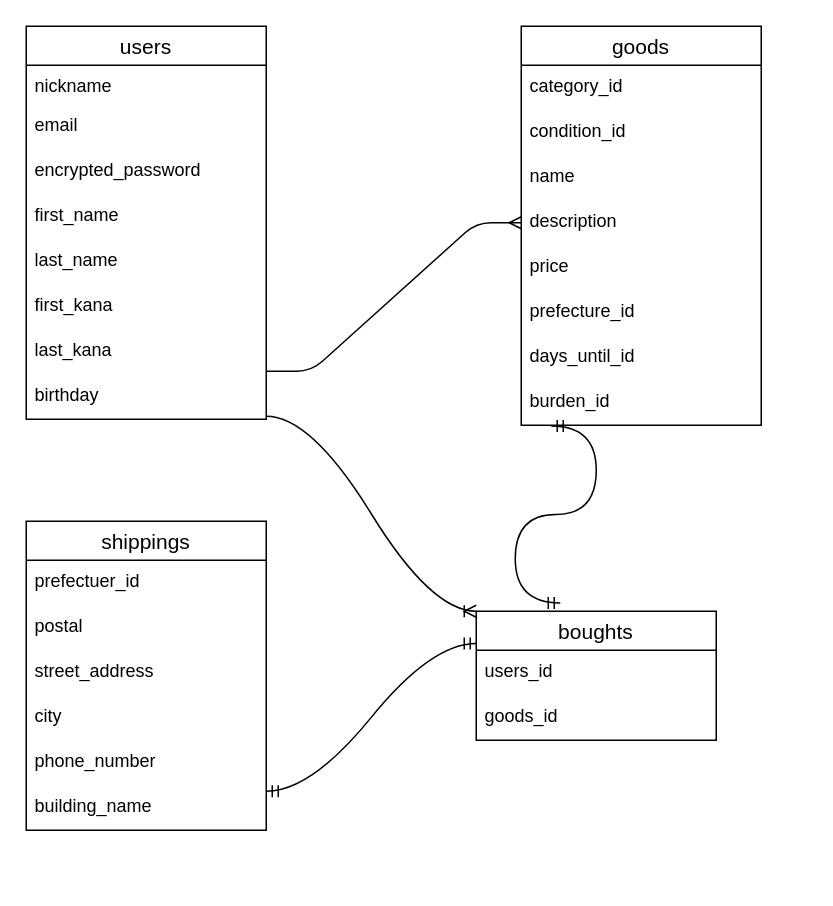
Earlier version of the draw.io diagram test.dio (mikuto17/furima-40060). Source tidied: cells renumbered, new cells numbered last; positions are measured from the earlier drawing's top-left corner, leaving out a move shared by most shapes. Both pictures are drawn from the tidied source at 150%, with x=0, y=0 at pixel (26, 26).
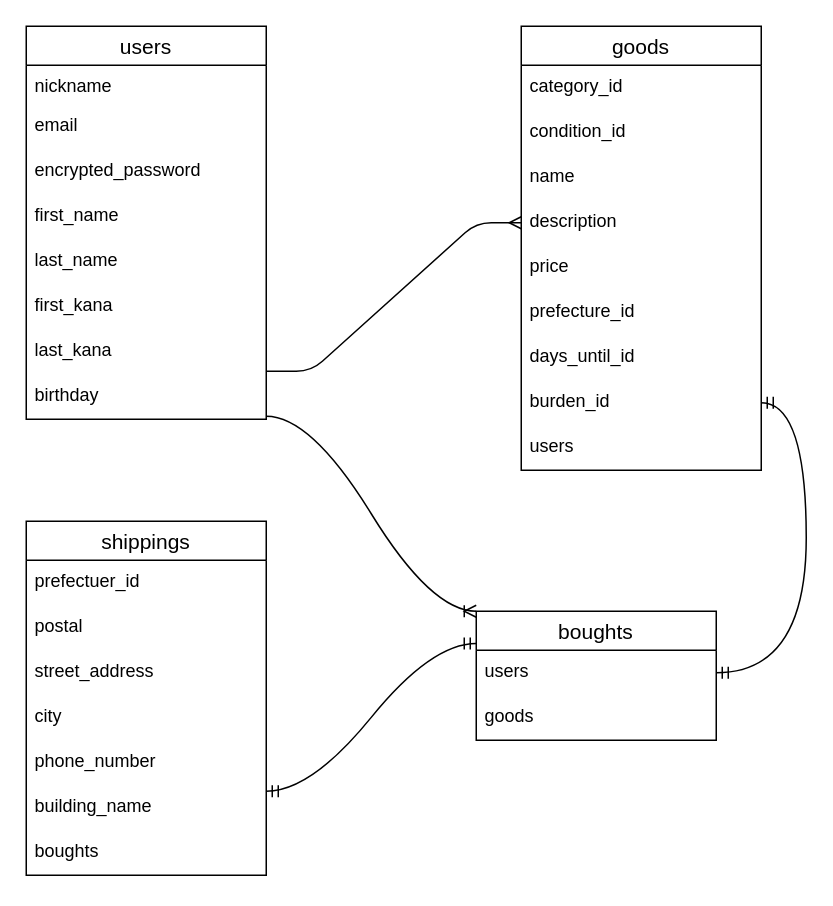
The same page after the edit.

Commit message (it also covers changes not shown here):
ER図作成、README記載の修正２

The change refers to these unchanged cells:
```xml
<mxCell id="19" value="burden_id" style="text;strokeColor=none;fillColor=none;spacingLeft=4;spacingRight=4;overflow=hidden;points=[[0,0.5],[1,0.5]];portConstraint=eastwest;fontSize=12;" parent="11" vertex="1">
  <mxGeometry y="236" width="160" height="30" as="geometry" />
</mxCell>
<mxCell id="20" value="boughts" style="swimlane;fontStyle=0;horizontal=1;startSize=26;align=center;fontSize=14;" parent="1" vertex="1">
  <mxGeometry x="300" y="390" width="160" height="86" as="geometry" />
</mxCell>
```

Change to the diagram source:
```diff
@@
     <mxCell id="11" value="goods" style="swimlane;fontStyle=0;horizontal=1;startSize=26;align=center;fontSize=14;" parent="1" vertex="1">
-      <mxGeometry x="330" width="160" height="266" as="geometry" />
+      <mxGeometry x="330" width="160" height="296" as="geometry" />
     </mxCell>
@@
+    <mxCell id="35" value="users" style="text;strokeColor=none;fillColor=none;spacingLeft=4;spacingRight=4;overflow=hidden;fontSize=12;" parent="11" vertex="1">
+      <mxGeometry y="266" width="160" height="30" as="geometry" />
+    </mxCell>
@@
-    <mxCell id="21" value="users_id" style="text;strokeColor=none;fillColor=none;spacingLeft=4;spacingRight=4;overflow=hidden;points=[[0,0.5],[1,0.5]];portConstraint=eastwest;fontSize=12;" parent="20" vertex="1">
+    <mxCell id="21" value="users" style="text;strokeColor=none;fillColor=none;spacingLeft=4;spacingRight=4;overflow=hidden;points=[[0,0.5],[1,0.5]];portConstraint=eastwest;fontSize=12;" parent="20" vertex="1">
       <mxGeometry y="26" width="160" height="30" as="geometry" />
     </mxCell>
-    <mxCell id="22" value="goods_id" style="text;strokeColor=none;fillColor=none;spacingLeft=4;spacingRight=4;overflow=hidden;fontSize=12;" parent="20" vertex="1">
+    <mxCell id="22" value="goods" style="text;strokeColor=none;fillColor=none;spacingLeft=4;spacingRight=4;overflow=hidden;fontSize=12;" parent="20" vertex="1">
       <mxGeometry y="56" width="160" height="30" as="geometry" />
     </mxCell>
@@
     <mxCell id="24" value="shippings" style="swimlane;fontStyle=0;horizontal=1;startSize=26;align=center;fontSize=14;" parent="1" vertex="1">
-      <mxGeometry y="330" width="160" height="206" as="geometry" />
+      <mxGeometry y="330" width="160" height="236" as="geometry" />
     </mxCell>
@@
+    <mxCell id="36" value="boughts" style="text;strokeColor=none;fillColor=none;spacingLeft=4;spacingRight=4;overflow=hidden;fontSize=12;" parent="24" vertex="1">
+      <mxGeometry y="206" width="160" height="30" as="geometry" />
+    </mxCell>
@@
-    <mxCell id="32" style="edgeStyle=entityRelationEdgeStyle;fontSize=12;html=1;endArrow=ERmandOne;startArrow=ERmandOne;targetPerimeterSpacing=0;curved=1;entryX=0.125;entryY=1.017;entryDx=0;entryDy=0;entryPerimeter=0;exitX=0.35;exitY=-0.064;exitDx=0;exitDy=0;exitPerimeter=0;" parent="1" edge="1" source="20" target="19">
+    <mxCell id="32" style="edgeStyle=entityRelationEdgeStyle;fontSize=12;html=1;endArrow=ERmandOne;startArrow=ERmandOne;targetPerimeterSpacing=0;curved=1;exitX=1;exitY=0.5;exitDx=0;exitDy=0;" parent="1" edge="1" source="21" target="19">
       <mxGeometry relative="1" as="geometry" />
     </mxCell>
```
